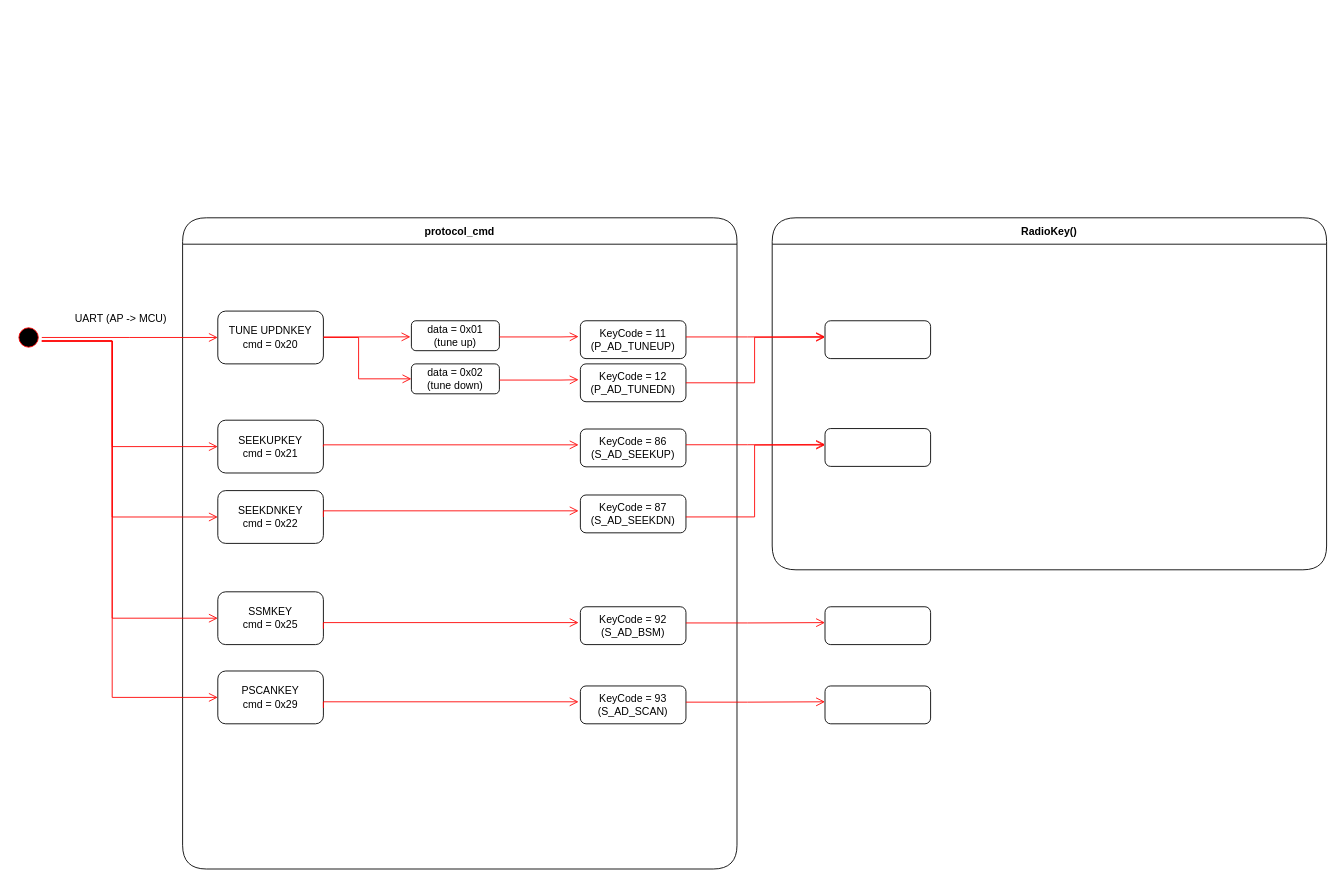
chaeyoonl/state-transition-diagram-test keeps this draw.io diagram as radio DSP.drawio. Above is the earlier version. Source tidied: cells renumbered, new cells numbered last; positions are measured from the earlier drawing's top-left corner, leaving out a move shared by most shapes. Both pictures are drawn from the tidied source at 88%, with x=0, y=0 at pixel (15, 217).
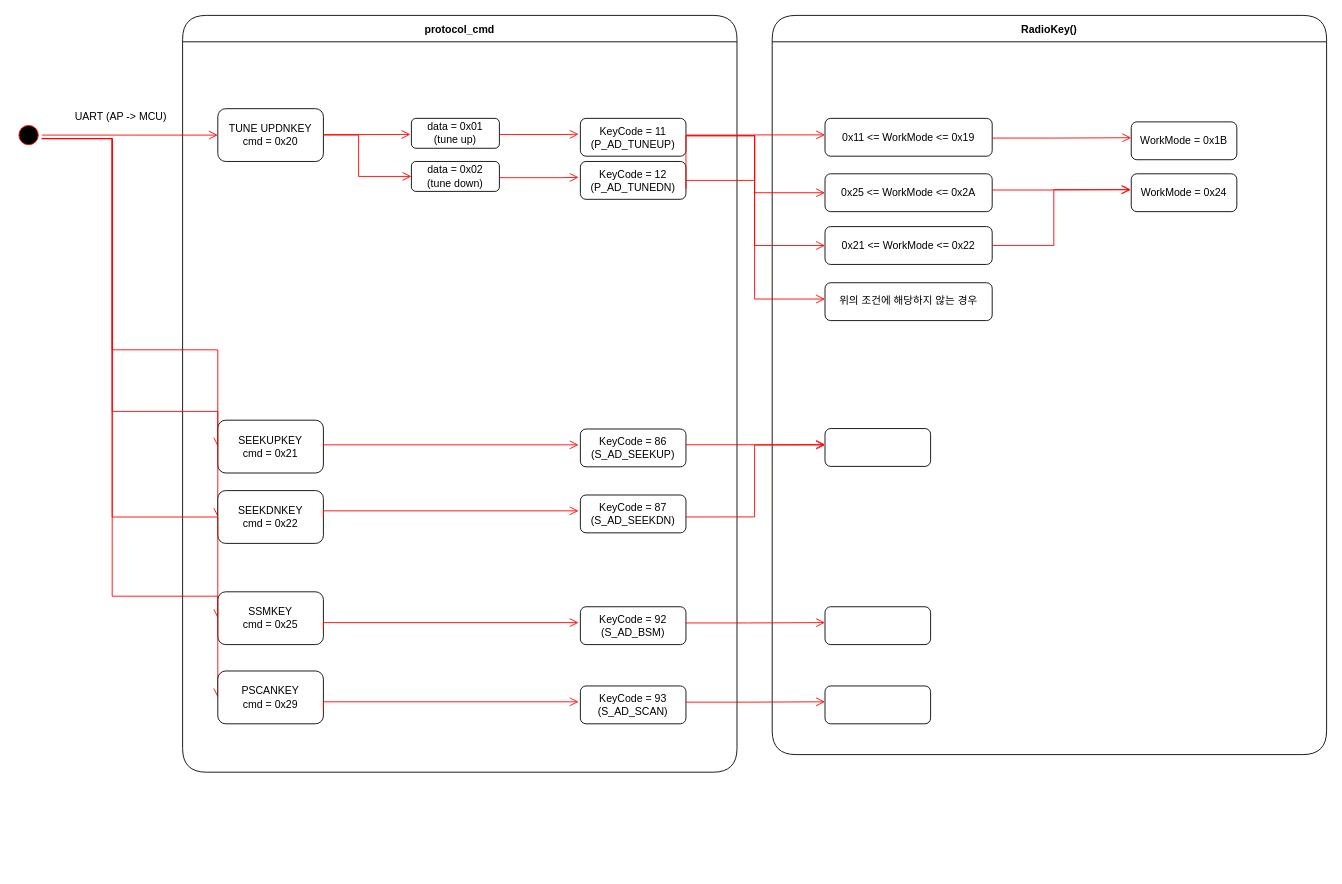
The same page after the edit.

The change refers to these unchanged cells:
```xml
<mxCell id="19" value="&lt;span style=&quot;font-family: Arial; text-align: left; background-color: rgb(255, 255, 255);&quot;&gt;SEEKUPKEY&lt;/span&gt;&lt;br&gt;cmd = 0x21" style="rounded=1;whiteSpace=wrap;html=1;" parent="1" vertex="1">
  <mxGeometry x="230" y="230" width="120" height="60" as="geometry" />
</mxCell>
<mxCell id="21" value="&lt;span style=&quot;font-family: Arial; text-align: left; background-color: rgb(255, 255, 255);&quot;&gt;SEEKDNKEY&lt;/span&gt;&lt;br&gt;cmd = 0x22" style="rounded=1;whiteSpace=wrap;html=1;" parent="1" vertex="1">
  <mxGeometry x="230" y="310" width="120" height="60" as="geometry" />
</mxCell>
<mxCell id="31" value="&lt;span style=&quot;font-family: Arial; text-align: left; background-color: rgb(255, 255, 255);&quot;&gt;SSMKEY&lt;/span&gt;&lt;br&gt;cmd = 0x25" style="rounded=1;whiteSpace=wrap;html=1;" parent="1" vertex="1">
  <mxGeometry x="230" y="425" width="120" height="60" as="geometry" />
</mxCell>
<mxCell id="37" value="&lt;span style=&quot;font-family: Arial; text-align: left; background-color: rgb(255, 255, 255);&quot;&gt;PSCANKEY&lt;/span&gt;&lt;br&gt;cmd = 0x29" style="rounded=1;whiteSpace=wrap;html=1;" parent="1" vertex="1">
  <mxGeometry x="230" y="515" width="120" height="60" as="geometry" />
</mxCell>
```

What changed in the source:
```diff
@@
     <mxCell id="2" value="protocol_cmd" style="swimlane;fontStyle=1;align=center;verticalAlign=middle;horizontal=1;startSize=30;rounded=1;arcSize=30;swimlaneFillColor=#FFFFFF;fontSize=12;" parent="1" vertex="1">
-      <mxGeometry x="190" width="630" height="740" as="geometry" />
+      <mxGeometry x="190" y="-230" width="630" height="860" as="geometry" />
     </mxCell>
     <mxCell id="3" style="ellipse;html=1;shape=startState;fillColor=#000000;strokeColor=#ff0000;" parent="1" vertex="1">
-      <mxGeometry y="121" width="30" height="30" as="geometry" />
+      <mxGeometry y="-109" width="30" height="30" as="geometry" />
     </mxCell>
     <mxCell id="4" style="edgeStyle=orthogonalEdgeStyle;html=1;verticalAlign=bottom;endArrow=open;endSize=8;strokeColor=#ff0000;rounded=0;" parent="1" edge="1" source="3">
       <mxGeometry relative="1" as="geometry">
-        <mxPoint x="230" y="136" as="targetPoint" />
+        <mxPoint x="230" y="-94" as="targetPoint" />
       </mxGeometry>
     </mxCell>
     <mxCell id="5" value="UART (AP -&amp;gt; MCU)" style="text;html=1;strokeColor=none;fillColor=none;align=center;verticalAlign=middle;whiteSpace=wrap;rounded=0;" parent="1" vertex="1">
-      <mxGeometry x="60" y="100" width="120" height="30" as="geometry" />
+      <mxGeometry x="60" y="-130" width="120" height="30" as="geometry" />
     </mxCell>
     <mxCell id="6" value="TUNE UPDNKEY&lt;br&gt;cmd = 0x20" style="rounded=1;whiteSpace=wrap;html=1;" parent="1" vertex="1">
-      <mxGeometry x="230" y="106" width="120" height="60" as="geometry" />
+      <mxGeometry x="230" y="-124" width="120" height="60" as="geometry" />
     </mxCell>
     <mxCell id="7" style="edgeStyle=orthogonalEdgeStyle;html=1;verticalAlign=bottom;endArrow=open;endSize=8;strokeColor=#ff0000;rounded=0;entryX=-0.011;entryY=0.537;entryDx=0;entryDy=0;entryPerimeter=0;" parent="1" edge="1" target="8">
       <mxGeometry relative="1" as="geometry">
-        <mxPoint x="350" y="135.4" as="sourcePoint" />
+        <mxPoint x="350" y="-94.6" as="sourcePoint" />
         <Array as="points">
-          <mxPoint x="420" y="135" />
+          <mxPoint x="420" y="-95" />
         </Array>
       </mxGeometry>
     </mxCell>
     <mxCell id="8" value="data = 0x01&lt;br&gt;(tune up)" style="rounded=1;whiteSpace=wrap;html=1;" parent="1" vertex="1">
-      <mxGeometry x="450" y="117" width="100" height="34" as="geometry" />
+      <mxGeometry x="450" y="-113" width="100" height="34" as="geometry" />
     </mxCell>
     <mxCell id="9" value="data = 0x02&lt;br&gt;(tune down)" style="rounded=1;whiteSpace=wrap;html=1;" parent="1" vertex="1">
-      <mxGeometry x="450" y="166" width="100" height="34" as="geometry" />
+      <mxGeometry x="450" y="-64" width="100" height="34" as="geometry" />
     </mxCell>
     <mxCell id="10" style="edgeStyle=orthogonalEdgeStyle;html=1;verticalAlign=bottom;endArrow=open;endSize=8;strokeColor=#ff0000;rounded=0;" parent="1" edge="1">
       <mxGeometry relative="1" as="geometry">
-        <mxPoint x="550" y="135.4" as="sourcePoint" />
-        <mxPoint x="640" y="135" as="targetPoint" />
+        <mxPoint x="550" y="-94.6" as="sourcePoint" />
+        <mxPoint x="640" y="-95" as="targetPoint" />
         <Array as="points">
-          <mxPoint x="620" y="135" />
-          <mxPoint x="690" y="135" />
+          <mxPoint x="620" y="-95" />
+          <mxPoint x="690" y="-95" />
         </Array>
       </mxGeometry>
     </mxCell>
     <mxCell id="11" value="&lt;font style=&quot;font-size: 12px;&quot;&gt;KeyCode = 11&lt;br&gt;(&lt;span style=&quot;font-family: Arial; text-align: left; background-color: rgb(255, 255, 255);&quot;&gt;P_AD_TUNEUP&lt;/span&gt;)&lt;/font&gt;" style="rounded=1;whiteSpace=wrap;html=1;" parent="1" vertex="1">
-      <mxGeometry x="642" y="117" width="120" height="43" as="geometry" />
+      <mxGeometry x="642" y="-113" width="120" height="43" as="geometry" />
     </mxCell>
     <mxCell id="12" style="edgeStyle=orthogonalEdgeStyle;html=1;verticalAlign=bottom;endArrow=open;endSize=8;strokeColor=#ff0000;rounded=0;" parent="1" edge="1">
       <mxGeometry relative="1" as="geometry">
-        <mxPoint x="550" y="184.4" as="sourcePoint" />
-        <mxPoint x="640" y="184" as="targetPoint" />
+        <mxPoint x="550" y="-45.6" as="sourcePoint" />
+        <mxPoint x="640" y="-46" as="targetPoint" />
         <Array as="points">
-          <mxPoint x="620" y="184" />
-          <mxPoint x="690" y="184" />
+          <mxPoint x="620" y="-46" />
+          <mxPoint x="690" y="-46" />
         </Array>
       </mxGeometry>
     </mxCell>
     <mxCell id="13" value="&lt;font style=&quot;font-size: 12px;&quot;&gt;KeyCode = 12&lt;br&gt;(&lt;span style=&quot;font-family: Arial; text-align: left; background-color: rgb(255, 255, 255);&quot;&gt;P_AD_TUNEDN&lt;/span&gt;)&lt;/font&gt;" style="rounded=1;whiteSpace=wrap;html=1;" parent="1" vertex="1">
-      <mxGeometry x="642" y="166" width="120" height="43" as="geometry" />
+      <mxGeometry x="642" y="-64" width="120" height="43" as="geometry" />
     </mxCell>
     <mxCell id="14" style="edgeStyle=orthogonalEdgeStyle;html=1;verticalAlign=bottom;endArrow=open;endSize=8;strokeColor=#ff0000;rounded=0;exitX=1;exitY=0.5;exitDx=0;exitDy=0;entryX=0;entryY=0.5;entryDx=0;entryDy=0;" parent="1" edge="1" source="6" target="9">
       <mxGeometry relative="1" as="geometry">
         <Array as="points">
-          <mxPoint x="390" y="136" />
-          <mxPoint x="390" y="183" />
+          <mxPoint x="390" y="-94" />
+          <mxPoint x="390" y="-47" />
         </Array>
       </mxGeometry>
     </mxCell>
     <mxCell id="15" value="RadioKey()" style="swimlane;fontStyle=1;align=center;verticalAlign=middle;horizontal=1;startSize=30;rounded=1;arcSize=30;swimlaneFillColor=#FFFFFF;fontSize=12;" parent="1" vertex="1">
-      <mxGeometry x="860" width="630" height="400" as="geometry" />
+      <mxGeometry x="860" y="-230" width="630" height="840" as="geometry" />
     </mxCell>
-    <mxCell id="16" style="edgeStyle=orthogonalEdgeStyle;html=1;verticalAlign=bottom;endArrow=open;endSize=8;strokeColor=#ff0000;rounded=0;" parent="1" edge="1">
-      <mxGeometry relative="1" as="geometry">
-        <mxPoint x="762" y="135.4" as="sourcePoint" />
-        <mxPoint x="920" y="135" as="targetPoint" />
-        <Array as="points">
-          <mxPoint x="832" y="135" />
-          <mxPoint x="910" y="135" />
-        </Array>
-      </mxGeometry>
-    </mxCell>
-    <mxCell id="17" style="rounded=1;whiteSpace=wrap;html=1;" parent="1" vertex="1">
-      <mxGeometry x="920" y="117" width="120" height="43" as="geometry" />
+    <mxCell id="17" value="0x11 &amp;lt;= WorkMode &amp;lt;= 0x19" style="rounded=1;whiteSpace=wrap;html=1;" parent="1" vertex="1">
+      <mxGeometry x="920" y="-113" width="190" height="43" as="geometry" />
     </mxCell>
-    <mxCell id="18" style="edgeStyle=orthogonalEdgeStyle;html=1;verticalAlign=bottom;endArrow=open;endSize=8;strokeColor=#ff0000;rounded=0;" parent="1" edge="1">
+    <mxCell id="18" style="edgeStyle=orthogonalEdgeStyle;html=1;verticalAlign=bottom;endArrow=open;endSize=8;strokeColor=#ff0000;rounded=0;entryX=0;entryY=0.5;entryDx=0;entryDy=0;" parent="1" edge="1" target="19">
       <mxGeometry relative="1" as="geometry">
-        <mxPoint x="30" y="140" as="sourcePoint" />
-        <mxPoint x="230" y="260" as="targetPoint" />
+        <mxPoint x="30" y="-90" as="sourcePoint" />
         <Array as="points">
-          <mxPoint x="110" y="140" />
-          <mxPoint x="110" y="260" />
+          <mxPoint x="110" y="-90" />
+          <mxPoint x="110" y="150" />
+          <mxPoint x="230" y="150" />
         </Array>
       </mxGeometry>
     </mxCell>
@@
-    <mxCell id="20" style="edgeStyle=orthogonalEdgeStyle;html=1;verticalAlign=bottom;endArrow=open;endSize=8;strokeColor=#ff0000;rounded=0;" parent="1" edge="1">
+    <mxCell id="20" style="edgeStyle=orthogonalEdgeStyle;html=1;verticalAlign=bottom;endArrow=open;endSize=8;strokeColor=#ff0000;rounded=0;entryX=0;entryY=0.5;entryDx=0;entryDy=0;" parent="1" edge="1" target="21">
       <mxGeometry relative="1" as="geometry">
-        <mxPoint x="30" y="140" as="sourcePoint" />
-        <mxPoint x="230" y="340" as="targetPoint" />
+        <mxPoint x="30" y="-90" as="sourcePoint" />
         <Array as="points">
-          <mxPoint x="30" y="140" />
-          <mxPoint x="110" y="140" />
-          <mxPoint x="110" y="340" />
+          <mxPoint x="110" y="-90" />
+          <mxPoint x="110" y="220" />
+          <mxPoint x="230" y="220" />
         </Array>
       </mxGeometry>
     </mxCell>
@@
     <mxCell id="26" style="edgeStyle=orthogonalEdgeStyle;html=1;verticalAlign=bottom;endArrow=open;endSize=8;strokeColor=#ff0000;rounded=0;exitX=1;exitY=0.5;exitDx=0;exitDy=0;" parent="1" edge="1" source="13">
       <mxGeometry relative="1" as="geometry">
-        <mxPoint x="920" y="135.8" as="targetPoint" />
+        <mxPoint x="920" y="-94.2" as="targetPoint" />
         <Array as="points">
-          <mxPoint x="840" y="188" />
-          <mxPoint x="840" y="136" />
+          <mxPoint x="840" y="-42" />
+          <mxPoint x="840" y="-94" />
         </Array>
       </mxGeometry>
     </mxCell>
@@
-    <mxCell id="30" style="edgeStyle=orthogonalEdgeStyle;html=1;verticalAlign=bottom;endArrow=open;endSize=8;strokeColor=#ff0000;rounded=0;" parent="1" edge="1">
+    <mxCell id="30" style="edgeStyle=orthogonalEdgeStyle;html=1;verticalAlign=bottom;endArrow=open;endSize=8;strokeColor=#ff0000;rounded=0;entryX=0;entryY=0.5;entryDx=0;entryDy=0;" parent="1" edge="1" target="31">
       <mxGeometry relative="1" as="geometry">
-        <mxPoint x="30" y="140" as="sourcePoint" />
-        <mxPoint x="230" y="455" as="targetPoint" />
+        <mxPoint x="30" y="-90" as="sourcePoint" />
         <Array as="points">
-          <mxPoint x="110" y="140" />
-          <mxPoint x="110" y="455" />
+          <mxPoint x="110" y="-90" />
+          <mxPoint x="110" y="340" />
         </Array>
       </mxGeometry>
     </mxCell>
@@
-    <mxCell id="36" style="edgeStyle=orthogonalEdgeStyle;html=1;verticalAlign=bottom;endArrow=open;endSize=8;strokeColor=#ff0000;rounded=0;" parent="1" edge="1">
+    <mxCell id="36" style="edgeStyle=orthogonalEdgeStyle;html=1;verticalAlign=bottom;endArrow=open;endSize=8;strokeColor=#ff0000;rounded=0;entryX=0;entryY=0.5;entryDx=0;entryDy=0;" parent="1" edge="1" target="37">
       <mxGeometry relative="1" as="geometry">
-        <mxPoint x="30" y="140" as="sourcePoint" />
-        <mxPoint x="230" y="545" as="targetPoint" />
+        <mxPoint x="30" y="-90" as="sourcePoint" />
         <Array as="points">
-          <mxPoint x="30" y="140" />
-          <mxPoint x="110" y="140" />
-          <mxPoint x="110" y="545" />
+          <mxPoint x="110" y="-90" />
+          <mxPoint x="110" y="430" />
         </Array>
       </mxGeometry>
     </mxCell>
@@
+    <mxCell id="42" value="0x25 &amp;lt;= WorkMode &amp;lt;= 0x2A" style="rounded=1;whiteSpace=wrap;html=1;" parent="1" vertex="1">
+      <mxGeometry x="920" y="-50" width="190" height="43" as="geometry" />
+    </mxCell>
+    <mxCell id="43" style="edgeStyle=orthogonalEdgeStyle;html=1;verticalAlign=bottom;endArrow=open;endSize=8;strokeColor=#ff0000;rounded=0;entryX=0;entryY=0.5;entryDx=0;entryDy=0;" parent="1" edge="1" target="42">
+      <mxGeometry relative="1" as="geometry">
+        <mxPoint x="762" y="-93.8" as="sourcePoint" />
+        <Array as="points">
+          <mxPoint x="840" y="-94" />
+          <mxPoint x="840" y="-28" />
+        </Array>
+      </mxGeometry>
+    </mxCell>
+    <mxCell id="44" value="0x21 &amp;lt;= WorkMode &amp;lt;= 0x22" style="rounded=1;whiteSpace=wrap;html=1;" parent="1" vertex="1">
+      <mxGeometry x="920" y="10" width="190" height="43" as="geometry" />
+    </mxCell>
+    <mxCell id="45" style="edgeStyle=orthogonalEdgeStyle;html=1;verticalAlign=bottom;endArrow=open;endSize=8;strokeColor=#ff0000;rounded=0;entryX=0;entryY=0.5;entryDx=0;entryDy=0;" parent="1" edge="1" target="44">
+      <mxGeometry relative="1" as="geometry">
+        <mxPoint x="762" y="-93.8" as="sourcePoint" />
+        <Array as="points">
+          <mxPoint x="840" y="-94" />
+          <mxPoint x="840" y="32" />
+        </Array>
+      </mxGeometry>
+    </mxCell>
+    <mxCell id="46" style="edgeStyle=orthogonalEdgeStyle;html=1;verticalAlign=bottom;endArrow=open;endSize=8;strokeColor=#ff0000;rounded=0;" parent="1" edge="1">
+      <mxGeometry relative="1" as="geometry">
+        <mxPoint x="1110" y="-90.6" as="sourcePoint" />
+        <mxPoint x="1268" y="-91" as="targetPoint" />
+        <Array as="points">
+          <mxPoint x="1180" y="-91" />
+          <mxPoint x="1258" y="-91" />
+        </Array>
+      </mxGeometry>
+    </mxCell>
+    <mxCell id="47" value="WorkMode = 0x1B" style="rounded=1;whiteSpace=wrap;html=1;" parent="1" vertex="1">
+      <mxGeometry x="1268" y="-109" width="120" height="43" as="geometry" />
+    </mxCell>
+    <mxCell id="48" style="edgeStyle=orthogonalEdgeStyle;html=1;verticalAlign=bottom;endArrow=open;endSize=8;strokeColor=#ff0000;rounded=0;entryX=-0.003;entryY=0.419;entryDx=0;entryDy=0;entryPerimeter=0;" parent="1" edge="1" target="49">
+      <mxGeometry relative="1" as="geometry">
+        <mxPoint x="1110" y="-31.6" as="sourcePoint" />
+        <Array as="points">
+          <mxPoint x="1180" y="-32" />
+        </Array>
+      </mxGeometry>
+    </mxCell>
+    <mxCell id="49" value="WorkMode = 0x24" style="rounded=1;whiteSpace=wrap;html=1;" parent="1" vertex="1">
+      <mxGeometry x="1268" y="-50" width="120" height="43" as="geometry" />
+    </mxCell>
+    <mxCell id="50" style="edgeStyle=orthogonalEdgeStyle;html=1;verticalAlign=bottom;endArrow=open;endSize=8;strokeColor=#ff0000;rounded=0;entryX=-0.009;entryY=0.419;entryDx=0;entryDy=0;entryPerimeter=0;" parent="1" edge="1" target="49">
+      <mxGeometry relative="1" as="geometry">
+        <mxPoint x="1110" y="31.4" as="sourcePoint" />
+        <Array as="points">
+          <mxPoint x="1180" y="31" />
+          <mxPoint x="1180" y="-32" />
+        </Array>
+      </mxGeometry>
+    </mxCell>
+    <mxCell id="51" value="위의 조건에 해당하지 않는 경우" style="rounded=1;whiteSpace=wrap;html=1;" parent="1" vertex="1">
+      <mxGeometry x="920" y="73.8" width="190" height="43" as="geometry" />
+    </mxCell>
+    <mxCell id="52" style="edgeStyle=orthogonalEdgeStyle;html=1;verticalAlign=bottom;endArrow=open;endSize=8;strokeColor=#ff0000;rounded=0;entryX=0;entryY=0.5;entryDx=0;entryDy=0;" parent="1" edge="1">
+      <mxGeometry relative="1" as="geometry">
+        <mxPoint x="762" y="-33" as="sourcePoint" />
+        <mxPoint x="920" y="92.3" as="targetPoint" />
+        <Array as="points">
+          <mxPoint x="762" y="-93" />
+          <mxPoint x="840" y="-93" />
+          <mxPoint x="840" y="92" />
+        </Array>
+      </mxGeometry>
+    </mxCell>
```
